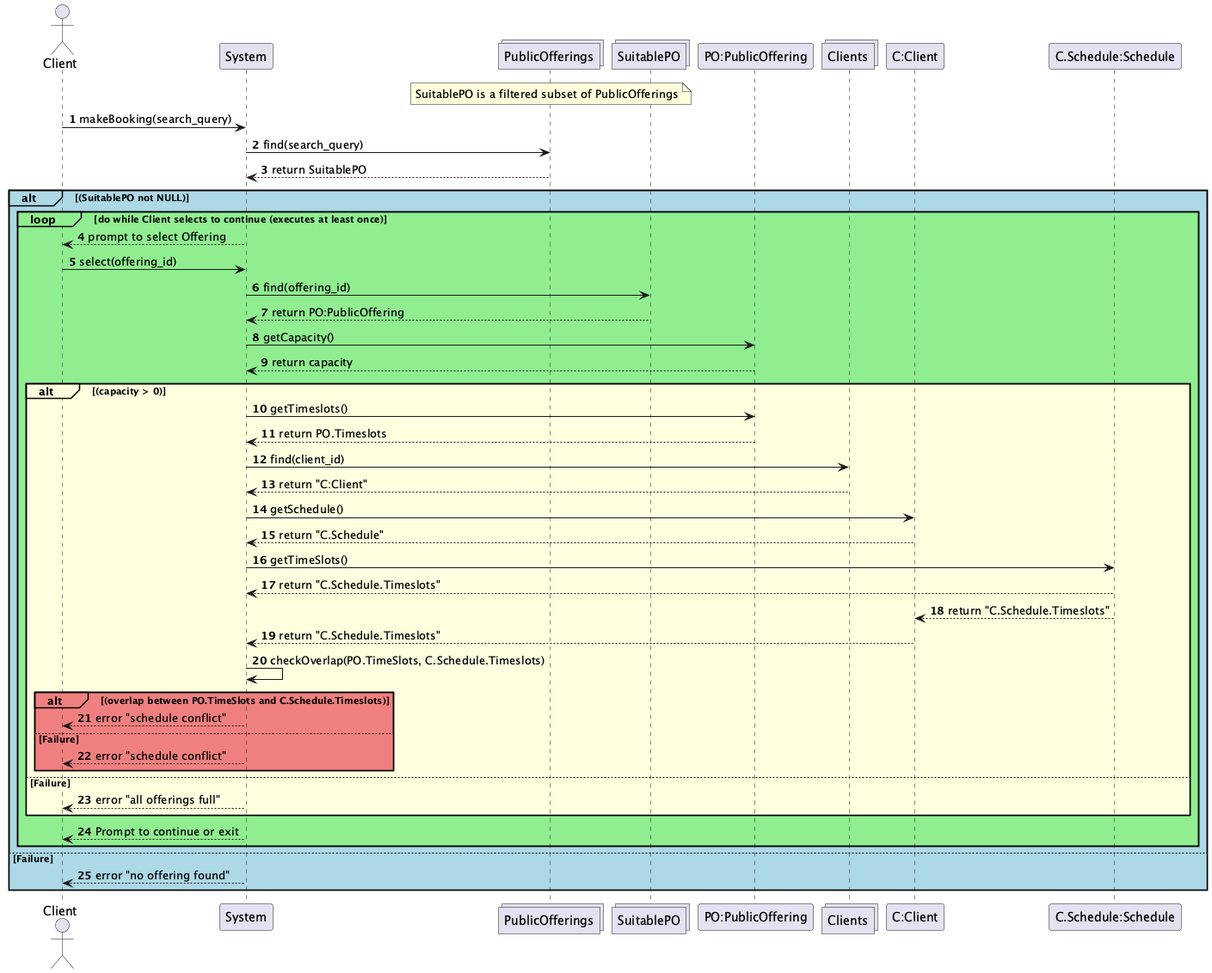
Before: UML-Diagrams/Interaction/Client/Client-Interactions_002.png, a diagram exported from PlantUML (vibqetowi/soen-342-project).
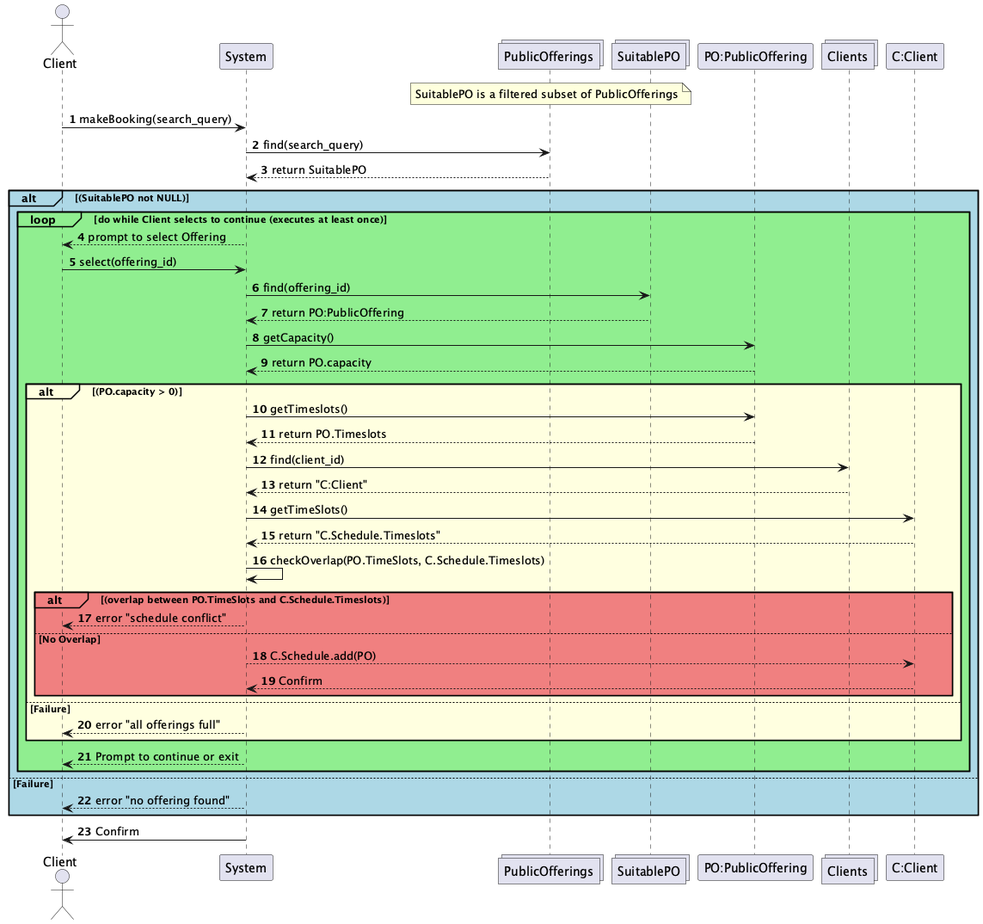
The same diagram one commit later.

Diff of the diagram source:
```diff
@@ -7,7 +7,6 @@
 participant "PO:PublicOffering"
 collections Clients
 participant "C:Client"
-participant "C.Schedule:Schedule"
 
 autonumber
 
@@ -22,26 +21,22 @@
         System -> SuitablePO : find(offering_id)
         SuitablePO --> System : return PO:PublicOffering
         System -> "PO:PublicOffering" : getCapacity()
-        "PO:PublicOffering" --> System : return capacity
+        "PO:PublicOffering" --> System : return PO.capacity
 
-        alt#LightYellow #LightYellow (capacity > 0)
+        alt#LightYellow #LightYellow (PO.capacity > 0)
             System -> "PO:PublicOffering" : getTimeslots()
             "PO:PublicOffering" --> System : return PO.Timeslots
             System -> Clients : find(client_id)
             Clients --> System : return "C:Client"
-            System -> "C:Client" : getSchedule()
-            "C:Client" --> System : return "C.Schedule"
-            System -> "C.Schedule:Schedule" : getTimeSlots()
-            "C.Schedule:Schedule" --> System : return "C.Schedule.Timeslots"
-            "C.Schedule:Schedule" --> "C:Client" : return "C.Schedule.Timeslots"
+            System -> "C:Client" : getTimeSlots()
             "C:Client" --> System : return "C.Schedule.Timeslots"
-
             System -> System : checkOverlap(PO.TimeSlots, C.Schedule.Timeslots)
 
             alt#LightCoral #LightCoral (overlap between PO.TimeSlots and C.Schedule.Timeslots)
                 System --> Client : error "schedule conflict"
-            else #LightCoral Failure
-                System --> Client : error "schedule conflict"
+            else #LightCoral No Overlap
+                System --> "C:Client" : C.Schedule.add(PO)
+                "C:Client" --> System : Confirm
             end
         else #LightYellow Failure
             System --> Client : error "all offerings full"
@@ -51,5 +46,5 @@
 else #LightBlue Failure
     System --> Client : error "no offering found"
 end
-
+System -> Client: Confirm
 @enduml
```
